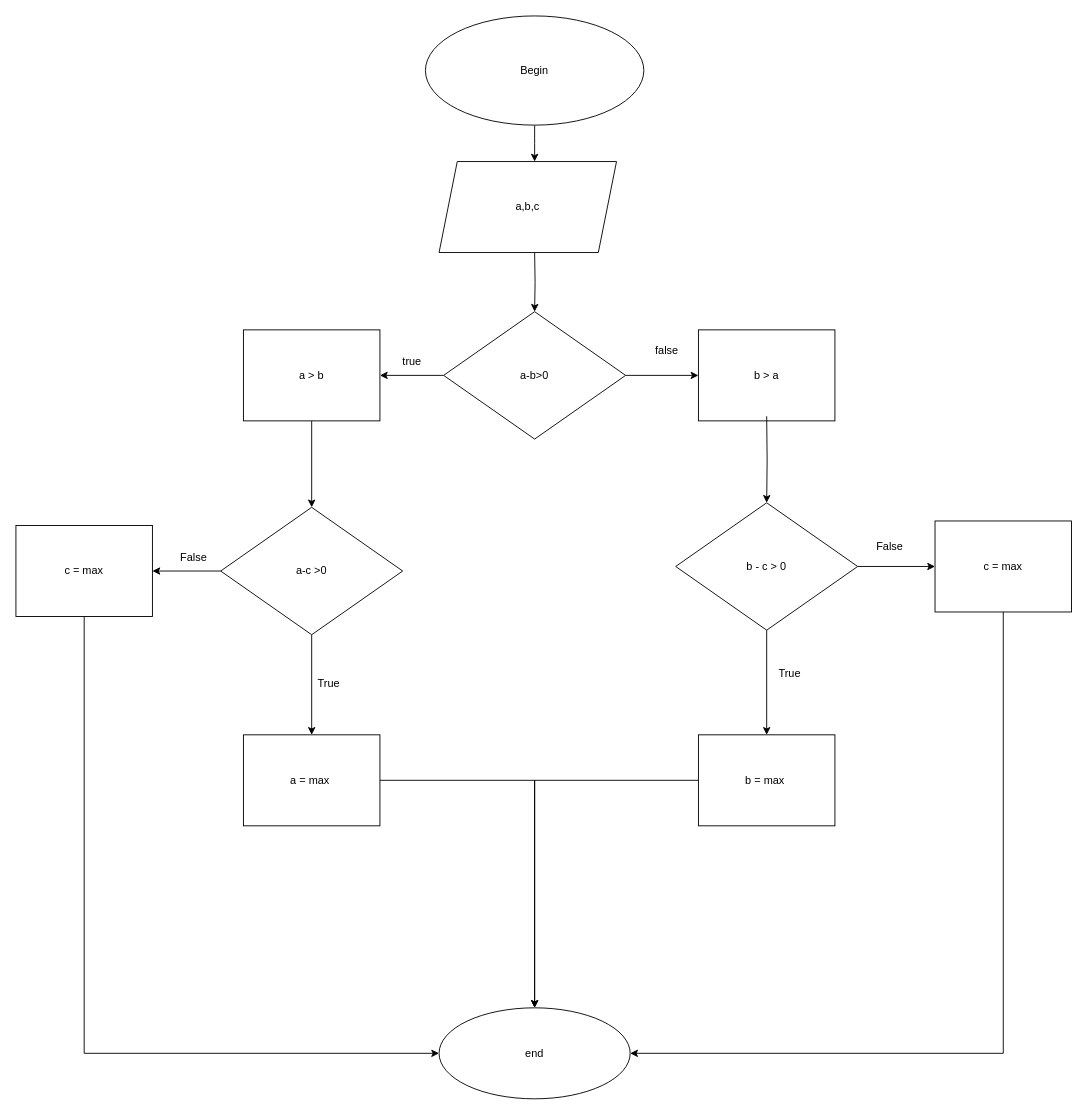
This is Ex05.drawio from Hiepduong040/CTDL-GT-K3, a draw.io file, before an edit. Source tidied: cells renumbered, new cells numbered last; positions are measured from the earlier drawing's top-left corner, leaving out a move shared by most shapes. Both pictures are drawn from the tidied source at 91%, with x=0, y=0 at pixel (15, 15).
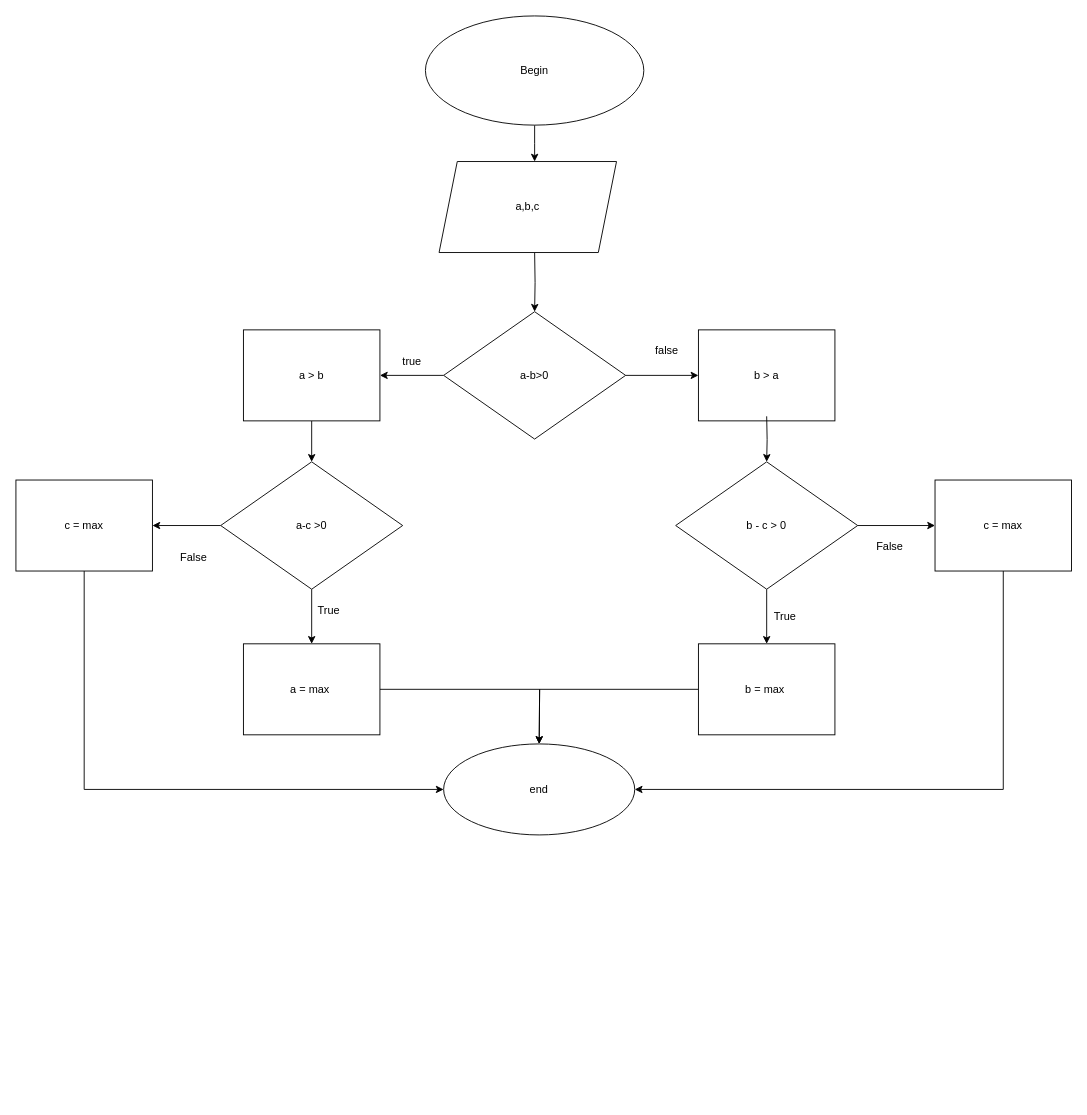
After the change.

Change to the diagram source:
```diff
@@
     <mxCell id="8" value="end" style="ellipse;whiteSpace=wrap;html=1;" parent="1" vertex="1">
-      <mxGeometry x="465" y="1090" width="210" height="100" as="geometry" />
+      <mxGeometry x="470" y="800" width="210" height="100" as="geometry" />
     </mxCell>
@@
-    <mxCell id="12" style="edgeStyle=orthogonalEdgeStyle;rounded=0;jettySize=auto;html=1;" parent="1" edge="1" source="13" target="8">
-      <mxGeometry relative="1" as="geometry" />
+    <mxCell id="12" style="edgeStyle=orthogonalEdgeStyle;rounded=0;jettySize=auto;html=1;" parent="1" edge="1" source="13">
+      <mxGeometry relative="1" as="geometry">
+        <mxPoint x="575" y="800" as="targetPoint" />
+      </mxGeometry>
     </mxCell>
     <mxCell id="13" value="a = max&amp;nbsp;" style="rounded=0;whiteSpace=wrap;html=1;" parent="1" vertex="1">
-      <mxGeometry x="250" y="790" width="150" height="100" as="geometry" />
+      <mxGeometry x="250" y="690" width="150" height="100" as="geometry" />
     </mxCell>
@@
     <mxCell id="19" value="a-c &amp;gt;0" style="rhombus;whiteSpace=wrap;html=1;" parent="1" vertex="1">
-      <mxGeometry x="225" y="540" width="200" height="140" as="geometry" />
+      <mxGeometry x="225" y="490" width="200" height="140" as="geometry" />
     </mxCell>
@@
-    <mxCell id="21" style="edgeStyle=orthogonalEdgeStyle;rounded=0;jettySize=auto;html=1;entryX=0.5;entryY=0;entryDx=0;entryDy=0;" parent="1" edge="1" source="22" target="8">
-      <mxGeometry relative="1" as="geometry" />
+    <mxCell id="21" style="edgeStyle=orthogonalEdgeStyle;rounded=0;jettySize=auto;html=1;" parent="1" edge="1" source="22">
+      <mxGeometry relative="1" as="geometry">
+        <mxPoint x="575" y="800" as="targetPoint" />
+      </mxGeometry>
     </mxCell>
     <mxCell id="22" value="b = max&amp;nbsp;" style="rounded=0;whiteSpace=wrap;html=1;" parent="1" vertex="1">
-      <mxGeometry x="750" y="790" width="150" height="100" as="geometry" />
+      <mxGeometry x="750" y="690" width="150" height="100" as="geometry" />
     </mxCell>
@@
     <mxCell id="25" value="b - c &amp;gt; 0" style="rhombus;whiteSpace=wrap;html=1;" parent="1" vertex="1">
-      <mxGeometry x="725" y="535" width="200" height="140" as="geometry" />
+      <mxGeometry x="725" y="490" width="200" height="140" as="geometry" />
     </mxCell>
     <mxCell id="26" value="True" style="text;html=1;align=center;verticalAlign=middle;strokeColor=none;fillColor=none;" parent="1" vertex="1">
-      <mxGeometry x="825" y="708" width="50" height="30" as="geometry" />
+      <mxGeometry x="820" y="645" width="50" height="30" as="geometry" />
     </mxCell>
     <mxCell id="27" value="&lt;span style=&quot;color: rgb(0, 0, 0); font-family: Helvetica; font-size: 12px; font-style: normal; font-variant-ligatures: normal; font-variant-caps: normal; font-weight: 400; letter-spacing: normal; orphans: 2; text-align: center; text-indent: 0px; text-transform: none; widows: 2; word-spacing: 0px; -webkit-text-stroke-width: 0px; white-space: nowrap; background-color: rgb(255, 255, 255); text-decoration-thickness: initial; text-decoration-style: initial; text-decoration-color: initial; display: inline !important; float: none;&quot;&gt;True&lt;/span&gt;" style="text;whiteSpace=wrap;html=1;" parent="1" vertex="1">
-      <mxGeometry x="330" y="720" width="60" height="40" as="geometry" />
+      <mxGeometry x="330" y="640" width="60" height="40" as="geometry" />
     </mxCell>
     <mxCell id="28" style="edgeStyle=orthogonalEdgeStyle;rounded=0;jettySize=auto;html=1;entryX=1;entryY=0.5;entryDx=0;entryDy=0;" parent="1" edge="1" source="29" target="8">
       <mxGeometry relative="1" as="geometry">
         <Array as="points">
-          <mxPoint x="1085" y="1140" />
+          <mxPoint x="1085" y="850" />
+          <mxPoint x="680" y="850" />
         </Array>
       </mxGeometry>
     </mxCell>
     <mxCell id="29" value="c = max" style="rounded=0;whiteSpace=wrap;html=1;" parent="1" vertex="1">
-      <mxGeometry x="1010" y="555" width="150" height="100" as="geometry" />
+      <mxGeometry x="1010" y="510" width="150" height="100" as="geometry" />
     </mxCell>
@@
     <mxCell id="31" style="edgeStyle=orthogonalEdgeStyle;rounded=0;jettySize=auto;html=1;entryX=0;entryY=0.5;entryDx=0;entryDy=0;" parent="1" edge="1" source="32" target="8">
       <mxGeometry relative="1" as="geometry">
         <Array as="points">
-          <mxPoint x="75" y="1140" />
+          <mxPoint x="75" y="850" />
+          <mxPoint x="470" y="850" />
         </Array>
       </mxGeometry>
     </mxCell>
     <mxCell id="32" value="c = max" style="rounded=0;whiteSpace=wrap;html=1;" parent="1" vertex="1">
-      <mxGeometry y="560" width="150" height="100" as="geometry" />
+      <mxGeometry y="510" width="150" height="100" as="geometry" />
     </mxCell>
```
